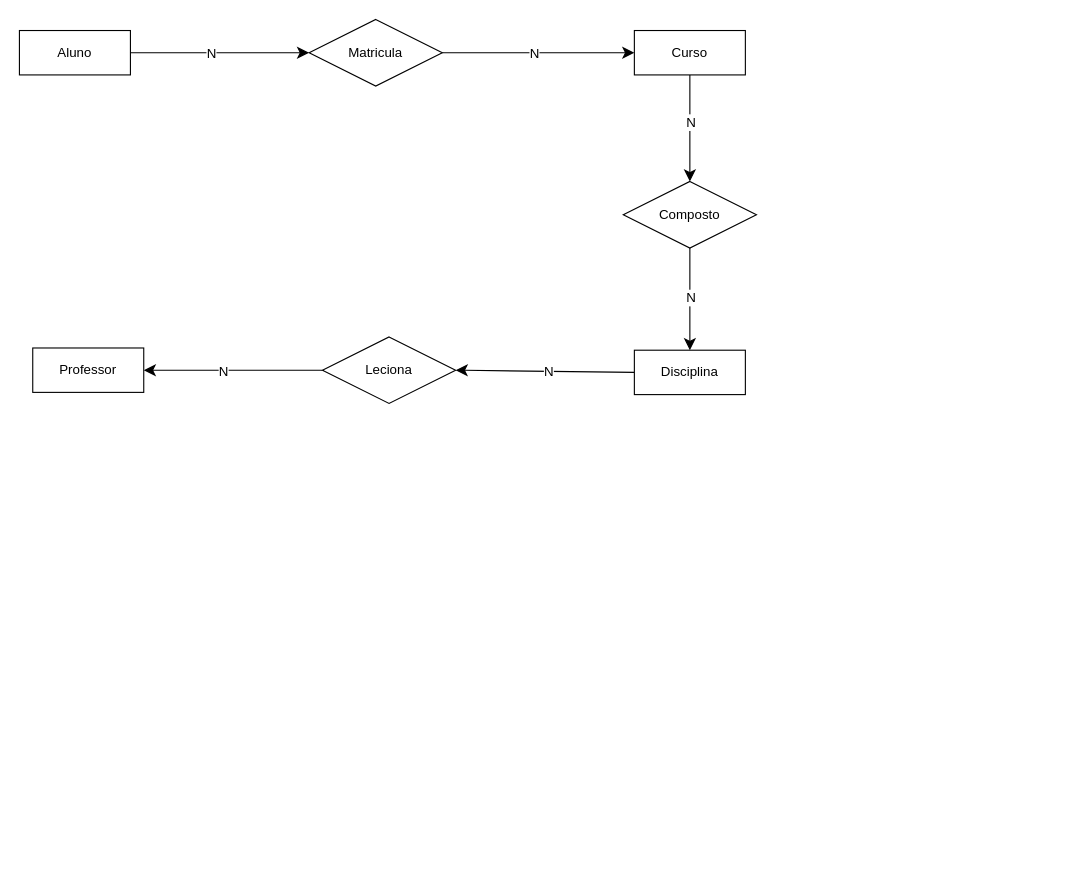
Above: 05/Gestao-Academica.drawio in RaphaMitter/Banco-de-Dados--Senac (draw.io), before the change. Source tidied: cells renumbered, new cells numbered last; positions are measured from the earlier drawing's top-left corner, leaving out a move shared by most shapes. Both pictures are drawn from the tidied source at 111%, with x=0, y=0 at pixel (19, 19).
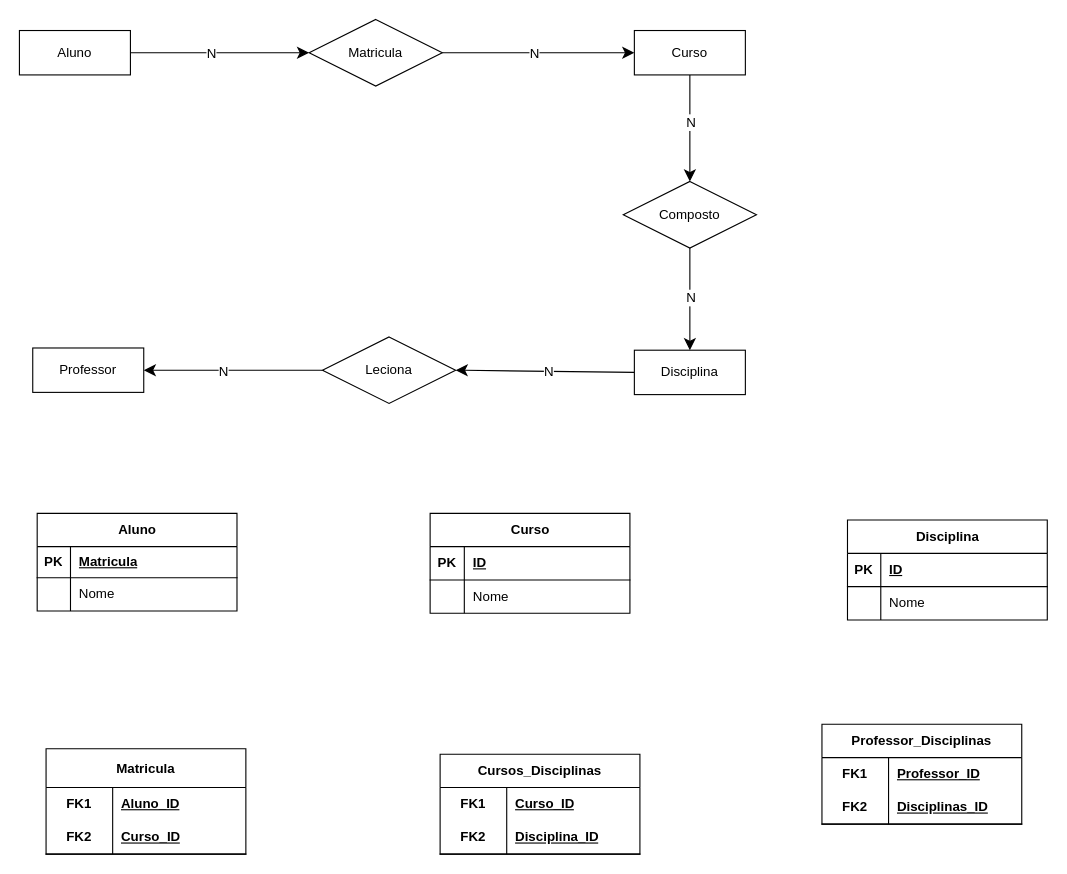
The same diagram, later.

Change to the diagram source:
```diff
@@
+    <mxCell id="21" value="Aluno" style="shape=table;startSize=30;childLayout=tableLayout;rowLines=0;fontStyle=1;align=center;html=1;" parent="1" vertex="1">
+      <mxGeometry x="16" y="445" width="180" height="88" as="geometry" />
+    </mxCell>
+    <mxCell id="22" style="shape=tableRow;horizontal=0;startSize=0;swimlaneHead=0;swimlaneBody=0;fillColor=none;top=0;left=0;right=0;bottom=1;" parent="21" vertex="1">
+      <mxGeometry y="30" width="180" height="28" as="geometry" />
+    </mxCell>
+    <mxCell id="23" value="PK" style="shape=partialRectangle;fillColor=none;top=0;left=0;bottom=0;right=0;fontStyle=1;overflow=hidden;whiteSpace=wrap;html=1;" parent="22" vertex="1">
+      <mxGeometry width="30" height="28" as="geometry" />
+    </mxCell>
+    <mxCell id="24" value="Matricula" style="shape=partialRectangle;fillColor=none;top=0;left=0;bottom=0;right=0;align=left;spacingLeft=6;fontStyle=5;overflow=hidden;whiteSpace=wrap;html=1;" parent="22" vertex="1">
+      <mxGeometry x="30" width="150" height="28" as="geometry" />
+    </mxCell>
+    <mxCell id="25" style="shape=tableRow;horizontal=0;startSize=0;swimlaneHead=0;swimlaneBody=0;fillColor=none;top=0;left=0;right=0;bottom=0;" parent="21" vertex="1">
+      <mxGeometry y="58" width="180" height="30" as="geometry" />
+    </mxCell>
+    <mxCell id="26" style="shape=partialRectangle;fillColor=none;top=0;left=0;bottom=0;right=0;overflow=hidden;whiteSpace=wrap;html=1;" parent="25" vertex="1">
+      <mxGeometry width="30" height="30" as="geometry" />
+    </mxCell>
+    <mxCell id="27" value="Nome" style="shape=partialRectangle;fillColor=none;top=0;left=0;bottom=0;right=0;align=left;spacingLeft=6;overflow=hidden;whiteSpace=wrap;html=1;" parent="25" vertex="1">
+      <mxGeometry x="30" width="150" height="30" as="geometry" />
+    </mxCell>
+    <mxCell id="28" value="Curso" style="shape=table;startSize=30;childLayout=tableLayout;rowLines=0;fontStyle=1;align=center;html=1;" parent="1" vertex="1">
+      <mxGeometry x="370" y="445" width="180" height="90" as="geometry" />
+    </mxCell>
+    <mxCell id="29" style="shape=tableRow;horizontal=0;startSize=0;swimlaneHead=0;swimlaneBody=0;fillColor=none;top=0;left=0;right=0;bottom=1;" parent="28" vertex="1">
+      <mxGeometry y="30" width="180" height="30" as="geometry" />
+    </mxCell>
+    <mxCell id="30" value="PK" style="shape=partialRectangle;fillColor=none;top=0;left=0;bottom=0;right=0;fontStyle=1;overflow=hidden;whiteSpace=wrap;html=1;" parent="29" vertex="1">
+      <mxGeometry width="30.8" height="30" as="geometry" />
+    </mxCell>
+    <mxCell id="31" value="ID" style="shape=partialRectangle;fillColor=none;top=0;left=0;bottom=0;right=0;align=left;spacingLeft=6;fontStyle=5;overflow=hidden;whiteSpace=wrap;html=1;" parent="29" vertex="1">
+      <mxGeometry x="30.8" width="149.2" height="30" as="geometry" />
+    </mxCell>
+    <mxCell id="32" style="shape=tableRow;horizontal=0;startSize=0;swimlaneHead=0;swimlaneBody=0;fillColor=none;top=0;left=0;right=0;bottom=0;" parent="28" vertex="1">
+      <mxGeometry y="60" width="180" height="30" as="geometry" />
+    </mxCell>
+    <mxCell id="33" style="shape=partialRectangle;fillColor=none;top=0;left=0;bottom=0;right=0;overflow=hidden;whiteSpace=wrap;html=1;" parent="32" vertex="1">
+      <mxGeometry width="30.8" height="30" as="geometry" />
+    </mxCell>
+    <mxCell id="34" value="Nome" style="shape=partialRectangle;fillColor=none;top=0;left=0;bottom=0;right=0;align=left;spacingLeft=6;overflow=hidden;whiteSpace=wrap;html=1;" parent="32" vertex="1">
+      <mxGeometry x="30.8" width="149.2" height="30" as="geometry" />
+    </mxCell>
+    <mxCell id="35" value="Matricula" style="shape=table;startSize=35;childLayout=tableLayout;rowLines=0;fontStyle=1;align=center;html=1;whiteSpace=wrap;" parent="1" vertex="1">
+      <mxGeometry x="24" y="657" width="180" height="95" as="geometry" />
+    </mxCell>
+    <mxCell id="36" style="shape=tableRow;horizontal=0;startSize=0;swimlaneHead=0;swimlaneBody=0;fillColor=none;top=0;left=0;right=0;bottom=0;html=1;" parent="35" vertex="1">
+      <mxGeometry y="35" width="180" height="30" as="geometry" />
+    </mxCell>
+    <mxCell id="37" value="FK1" style="shape=partialRectangle;fillColor=none;top=0;left=0;bottom=0;right=0;fontStyle=1;overflow=hidden;html=1;whiteSpace=wrap;" parent="36" vertex="1">
+      <mxGeometry width="60" height="30" as="geometry" />
+    </mxCell>
+    <mxCell id="38" value="Aluno_ID" style="shape=partialRectangle;fillColor=none;top=0;left=0;bottom=0;right=0;align=left;spacingLeft=6;fontStyle=5;overflow=hidden;html=1;whiteSpace=wrap;" parent="36" vertex="1">
+      <mxGeometry x="60" width="120" height="30" as="geometry" />
+    </mxCell>
+    <mxCell id="39" style="shape=tableRow;horizontal=0;startSize=0;swimlaneHead=0;swimlaneBody=0;fillColor=none;top=0;left=0;right=0;bottom=1;html=1;" parent="35" vertex="1">
+      <mxGeometry y="65" width="180" height="30" as="geometry" />
+    </mxCell>
+    <mxCell id="40" value="FK2" style="shape=partialRectangle;fillColor=none;top=0;left=0;bottom=0;right=0;fontStyle=1;overflow=hidden;html=1;whiteSpace=wrap;" parent="39" vertex="1">
+      <mxGeometry width="60" height="30" as="geometry" />
+    </mxCell>
+    <mxCell id="41" value="Curso_ID" style="shape=partialRectangle;fillColor=none;top=0;left=0;bottom=0;right=0;align=left;spacingLeft=6;fontStyle=5;overflow=hidden;html=1;whiteSpace=wrap;" parent="39" vertex="1">
+      <mxGeometry x="60" width="120" height="30" as="geometry" />
+    </mxCell>
+    <mxCell id="42" value="Disciplina" style="shape=table;startSize=30;childLayout=tableLayout;rowLines=0;fontStyle=1;align=center;html=1;" parent="1" vertex="1">
+      <mxGeometry x="746" y="451" width="180" height="90" as="geometry" />
+    </mxCell>
+    <mxCell id="43" style="shape=tableRow;horizontal=0;startSize=0;swimlaneHead=0;swimlaneBody=0;fillColor=none;top=0;left=0;right=0;bottom=1;" parent="42" vertex="1">
+      <mxGeometry y="30" width="180" height="30" as="geometry" />
+    </mxCell>
+    <mxCell id="44" value="PK" style="shape=partialRectangle;fillColor=none;top=0;left=0;bottom=0;right=0;fontStyle=1;overflow=hidden;whiteSpace=wrap;html=1;" parent="43" vertex="1">
+      <mxGeometry width="30" height="30" as="geometry" />
+    </mxCell>
+    <mxCell id="45" value="ID" style="shape=partialRectangle;fillColor=none;top=0;left=0;bottom=0;right=0;align=left;spacingLeft=6;fontStyle=5;overflow=hidden;whiteSpace=wrap;html=1;" parent="43" vertex="1">
+      <mxGeometry x="30" width="150" height="30" as="geometry" />
+    </mxCell>
+    <mxCell id="46" style="shape=tableRow;horizontal=0;startSize=0;swimlaneHead=0;swimlaneBody=0;fillColor=none;top=0;left=0;right=0;bottom=0;" parent="42" vertex="1">
+      <mxGeometry y="60" width="180" height="30" as="geometry" />
+    </mxCell>
+    <mxCell id="47" style="shape=partialRectangle;fillColor=none;top=0;left=0;bottom=0;right=0;overflow=hidden;whiteSpace=wrap;html=1;" parent="46" vertex="1">
+      <mxGeometry width="30" height="30" as="geometry" />
+    </mxCell>
+    <mxCell id="48" value="Nome" style="shape=partialRectangle;fillColor=none;top=0;left=0;bottom=0;right=0;align=left;spacingLeft=6;overflow=hidden;whiteSpace=wrap;html=1;" parent="46" vertex="1">
+      <mxGeometry x="30" width="150" height="30" as="geometry" />
+    </mxCell>
+    <mxCell id="49" value="Cursos_Disciplinas" style="shape=table;startSize=30;childLayout=tableLayout;rowLines=0;fontStyle=1;align=center;html=1;whiteSpace=wrap;" parent="1" vertex="1">
+      <mxGeometry x="379" y="662" width="180" height="90" as="geometry" />
+    </mxCell>
+    <mxCell id="50" style="shape=tableRow;horizontal=0;startSize=0;swimlaneHead=0;swimlaneBody=0;fillColor=none;top=0;left=0;right=0;bottom=0;html=1;" parent="49" vertex="1">
+      <mxGeometry y="30" width="180" height="30" as="geometry" />
+    </mxCell>
+    <mxCell id="51" value="FK1" style="shape=partialRectangle;fillColor=none;top=0;left=0;bottom=0;right=0;fontStyle=1;overflow=hidden;html=1;whiteSpace=wrap;" parent="50" vertex="1">
+      <mxGeometry width="60" height="30" as="geometry" />
+    </mxCell>
+    <mxCell id="52" value="Curso_ID" style="shape=partialRectangle;fillColor=none;top=0;left=0;bottom=0;right=0;align=left;spacingLeft=6;fontStyle=5;overflow=hidden;html=1;whiteSpace=wrap;" parent="50" vertex="1">
+      <mxGeometry x="60" width="120" height="30" as="geometry" />
+    </mxCell>
+    <mxCell id="53" style="shape=tableRow;horizontal=0;startSize=0;swimlaneHead=0;swimlaneBody=0;fillColor=none;top=0;left=0;right=0;bottom=1;html=1;" parent="49" vertex="1">
+      <mxGeometry y="60" width="180" height="30" as="geometry" />
+    </mxCell>
+    <mxCell id="54" value="FK2" style="shape=partialRectangle;fillColor=none;top=0;left=0;bottom=0;right=0;fontStyle=1;overflow=hidden;html=1;whiteSpace=wrap;" parent="53" vertex="1">
+      <mxGeometry width="60" height="30" as="geometry" />
+    </mxCell>
+    <mxCell id="55" value="Disciplina_ID" style="shape=partialRectangle;fillColor=none;top=0;left=0;bottom=0;right=0;align=left;spacingLeft=6;fontStyle=5;overflow=hidden;html=1;whiteSpace=wrap;" parent="53" vertex="1">
+      <mxGeometry x="60" width="120" height="30" as="geometry" />
+    </mxCell>
+    <mxCell id="56" value="Professor_Disciplinas" style="shape=table;startSize=30;childLayout=tableLayout;rowLines=0;fontStyle=1;align=center;html=1;whiteSpace=wrap;" parent="1" vertex="1">
+      <mxGeometry x="723" y="635" width="180" height="90" as="geometry" />
+    </mxCell>
+    <mxCell id="57" style="shape=tableRow;horizontal=0;startSize=0;swimlaneHead=0;swimlaneBody=0;fillColor=none;top=0;left=0;right=0;bottom=0;html=1;" parent="56" vertex="1">
+      <mxGeometry y="30" width="180" height="30" as="geometry" />
+    </mxCell>
+    <mxCell id="58" value="FK1" style="shape=partialRectangle;fillColor=none;top=0;left=0;bottom=0;right=0;fontStyle=1;overflow=hidden;html=1;whiteSpace=wrap;" parent="57" vertex="1">
+      <mxGeometry width="60" height="30" as="geometry" />
+    </mxCell>
+    <mxCell id="59" value="Professor_ID" style="shape=partialRectangle;fillColor=none;top=0;left=0;bottom=0;right=0;align=left;spacingLeft=6;fontStyle=5;overflow=hidden;html=1;whiteSpace=wrap;" parent="57" vertex="1">
+      <mxGeometry x="60" width="120" height="30" as="geometry" />
+    </mxCell>
+    <mxCell id="60" style="shape=tableRow;horizontal=0;startSize=0;swimlaneHead=0;swimlaneBody=0;fillColor=none;top=0;left=0;right=0;bottom=1;html=1;" parent="56" vertex="1">
+      <mxGeometry y="60" width="180" height="30" as="geometry" />
+    </mxCell>
+    <mxCell id="61" value="FK2" style="shape=partialRectangle;fillColor=none;top=0;left=0;bottom=0;right=0;fontStyle=1;overflow=hidden;html=1;whiteSpace=wrap;" parent="60" vertex="1">
+      <mxGeometry width="60" height="30" as="geometry" />
+    </mxCell>
+    <mxCell id="62" value="Disciplinas_ID" style="shape=partialRectangle;fillColor=none;top=0;left=0;bottom=0;right=0;align=left;spacingLeft=6;fontStyle=5;overflow=hidden;html=1;whiteSpace=wrap;" parent="60" vertex="1">
+      <mxGeometry x="60" width="120" height="30" as="geometry" />
+    </mxCell>
```
